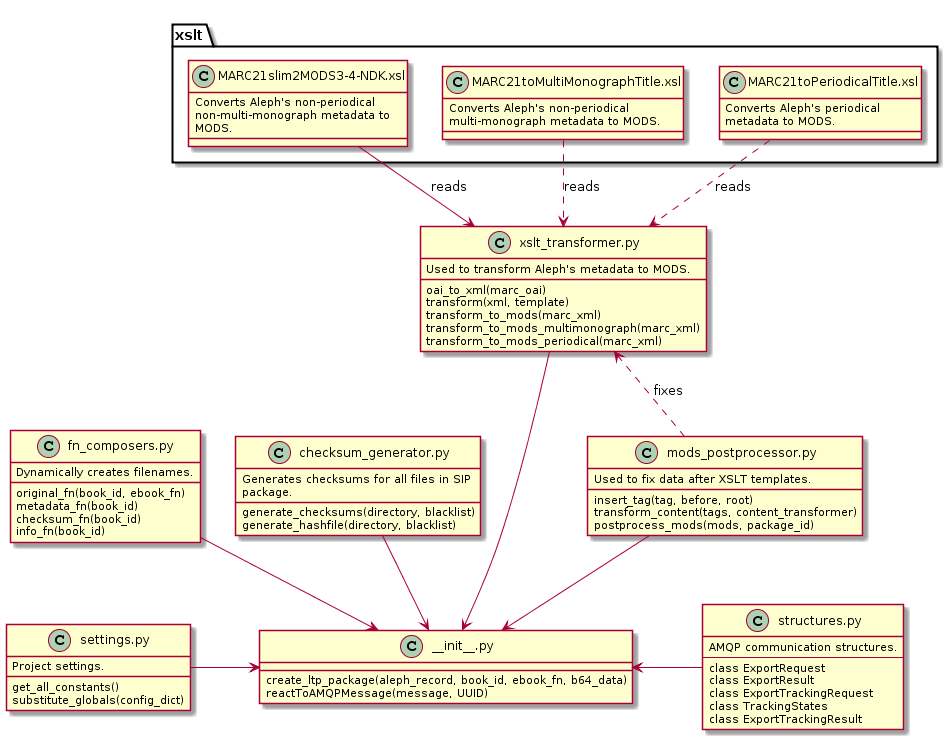
edeposit/edeposit.amqp.ltp keeps this PlantUML diagram as docs/_static/relations.png. Above is the earlier version.
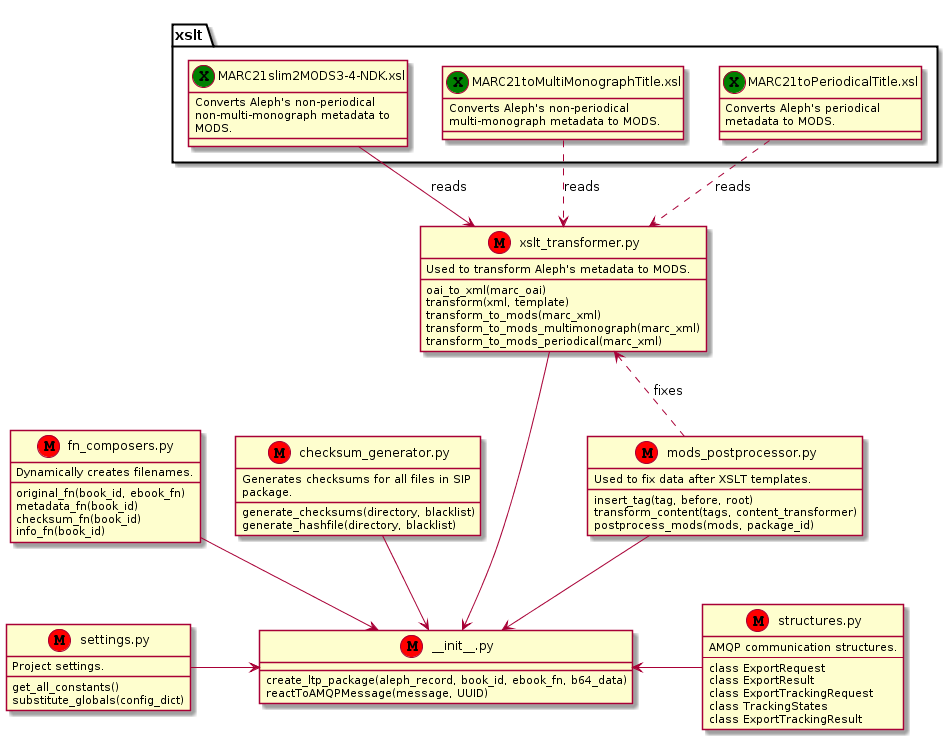
Above is the later version.

Commit message:
#3: Added colors to UML.

What changed in the source:
```diff
@@ -1,21 +1,21 @@
 @startuml
 package xslt {
-    class mods_nonp_single as "MARC21slim2MODS3-4-NDK.xsl" {
+    class mods_nonp_single as "MARC21slim2MODS3-4-NDK.xsl" <<X, Green>> {
         Converts Aleph's non-periodical
         non-multi-monograph metadata to
         MODS.
     }
-    class mods_nonp_multi as "MARC21toMultiMonographTitle.xsl" {
+    class mods_nonp_multi as "MARC21toMultiMonographTitle.xsl" <<X, Green>> {
         Converts Aleph's non-periodical
         multi-monograph metadata to MODS.
     }
-    class mods_per as "MARC21toPeriodicalTitle.xsl" {
+    class mods_per as "MARC21toPeriodicalTitle.xsl" <<X, Green>> {
         Converts Aleph's periodical
         metadata to MODS.
     }
 }
 
-class xslt_transformer as "xslt_transformer.py" {
+class xslt_transformer as "xslt_transformer.py" <<M, Red>> {
     Used to transform Aleph's metadata to MODS.
 
     oai_to_xml(marc_oai)
@@ -29,7 +29,7 @@
 mods_nonp_multi .d.> xslt_transformer: reads
 mods_per .d.> xslt_transformer: reads
 
-class fn_composers as "fn_composers.py" {
+class fn_composers as "fn_composers.py" <<M, Red>> {
     Dynamically creates filenames.
 
     original_fn(book_id, ebook_fn)
@@ -38,7 +38,7 @@
     info_fn(book_id)
 }
 
-class checksum_generator as "checksum_generator.py" {
+class checksum_generator as "checksum_generator.py" <<M, Red>> {
     Generates checksums for all files in SIP
     package.
 
@@ -46,7 +46,7 @@
     generate_hashfile(directory, blacklist)
 }
 
-class mods_postprocessor as "mods_postprocessor.py" {
+class mods_postprocessor as "mods_postprocessor.py" <<M, Red>> {
     Used to fix data after XSLT templates.
 
     insert_tag(tag, before, root)
@@ -54,14 +54,14 @@
     postprocess_mods(mods, package_id)
 }
 
-class settings as "settings.py" {
+class settings as "settings.py" <<M, Red>> {
     Project settings.
 
     get_all_constants()
     substitute_globals(config_dict)
 }
 
-class structures as "structures.py" {
+class structures as "structures.py" <<M, Red>> {
     AMQP communication structures.
     ---
     class ExportRequest
@@ -71,7 +71,7 @@
     class ExportTrackingResult
 }
 
-class init as "_?_init__.py" {
+class init as "_?_init__.py" <<M, Red>> {
     create_ltp_package(aleph_record, book_id, ebook_fn, b64_data)
     reactToAMQPMessage(message, UUID)
 }
```
